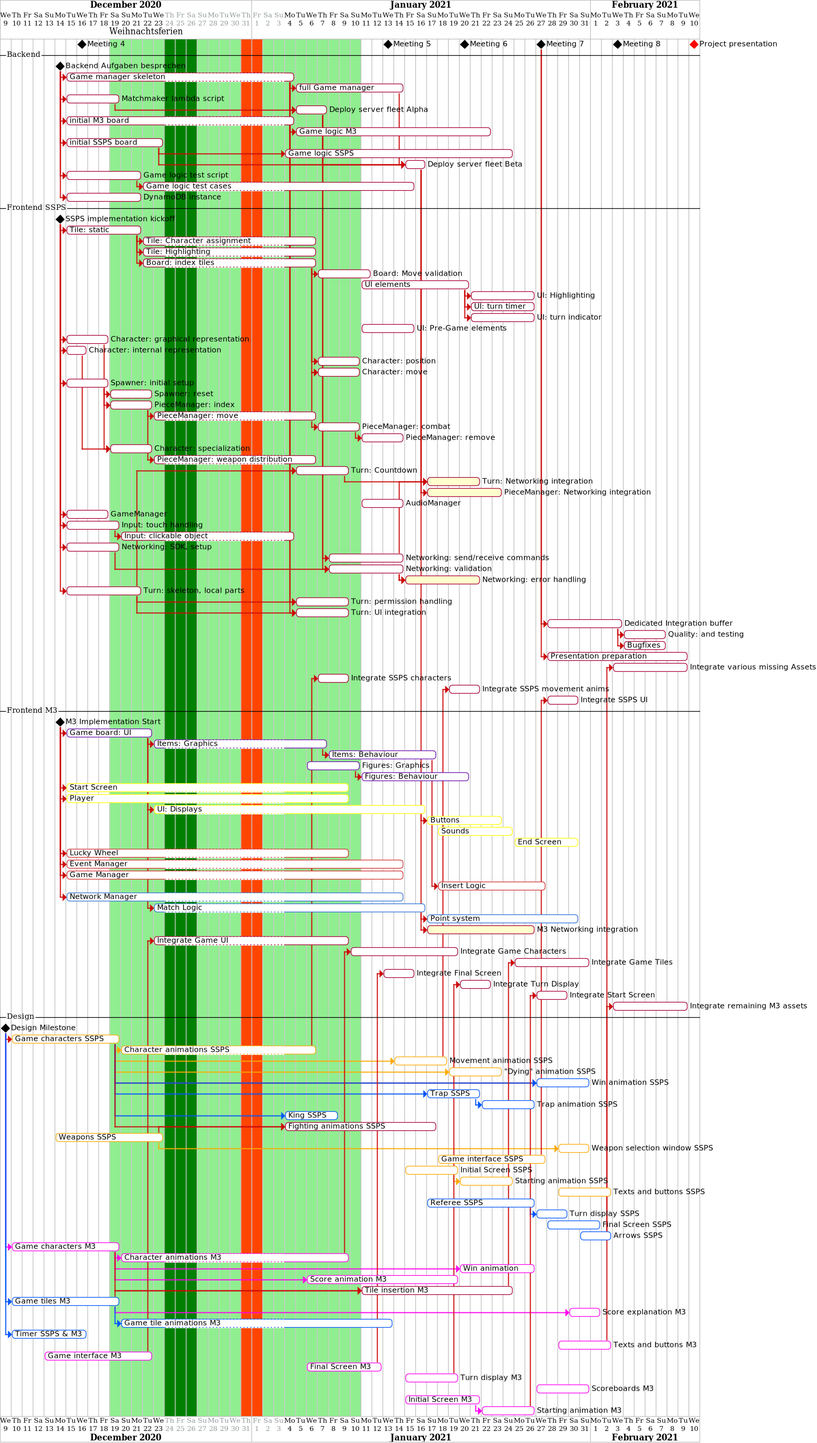
retrober44/PSE keeps this PlantUML diagram as docs/project-roadmap-gantt-diagram.png. Above is the earlier version. The source it was exported from:
```plantuml
@startuml
Project starts 2020-12-09
2020-12-24 to 2021-01-03 are closed
2020-12-19 to 2021-01-10 are named [Weihnachtsferien] and are colored in lightgreen
2020-12-24 to 2020-12-26 are colored in green
2020-12-31 to 2021-01-01 are colored in OrangeRed
[Meeting 4] happens at 2020-12-16
[Meeting 5] happens at 2021-01-13 and displays on same row as [Meeting 4]
[Meeting 6] happens at 2021-01-20 and displays on same row as [Meeting 5]
[Meeting 7] happens at 2021-01-27 and displays on same row as [Meeting 6]
[Meeting 8] happens at 2021-02-03 and displays on same row as [Meeting 7]
[Project presentation] happens at 2021-02-10 and is colored in red
[Meeting 4] displays on same row as [Project presentation]

-- Backend --
[Backend Aufgaben besprechen] as [BA] happens at 2020-12-14

then [Game manager skeleton] lasts 10 days and is 0% complete
then [full Game manager] lasts 10 days and is 0% complete
[BA] -> [Matchmaker lambda script]
[Matchmaker lambda script] lasts 5 days and is 0% complete
[Game manager skeleton] -> [Deploy server fleet Alpha]
[Matchmaker lambda script] -> [Deploy server fleet Alpha]
[Deploy server fleet Alpha] lasts 3 days and is 0% complete
[BA] -> [initial M3 board]
[initial M3 board] lasts 10 days and is 0% complete
then [Game logic M3] lasts 18 days and is 0% complete
[BA] -> [initial SSPS board]
[initial SSPS board] lasts 9 days and is 0% complete
then [Game logic SSPS] lasts 21 days and is 0% complete
[initial M3 board] -> [Deploy server fleet Beta]
[initial SSPS board] -> [Deploy server fleet Beta]
[full Game manager] -> [Deploy server fleet Beta]
[Deploy server fleet Alpha] -> [Deploy server fleet Beta]
[Deploy server fleet Beta] lasts 2 days and is 0% complete
[BA] -> [Game logic test script]
[Game logic test script] lasts 7 days and is 0% complete
then [Game logic test cases] lasts 14 days and is 0% complete
[BA] -> [DynamoDB instance]
[DynamoDB instance] starts 2020-12-15 and lasts 7 days and is 0% complete

-- Frontend SSPS --

[SSPS implementation kickoff] as [SSPS] happens at 2020-12-14


then [Tile: static] lasts 7 days and is 0% complete
then [Tile: Character assignment] lasts 5 days and is 0% complete
[Tile: Highlighting] lasts 5 days and is 0% complete
[Tile: static] -> [Tile: Highlighting]
[Board: index tiles] lasts 5 days and is 0% complete
[Tile: static] -> [Board: index tiles]
then [Board: Move validation] lasts 5 days and is 0% complete
[UI elements] starts 2021-01-11 and lasts 10 days and is 0% complete
[UI: Highlighting] lasts 6 days and is 0% complete
[UI: turn timer] lasts 6 days and is 0% complete
[UI: turn indicator] lasts 6 days and is 0% complete
[UI elements] -> [UI: Highlighting]
[UI elements] -> [UI: turn timer]
[UI elements] -> [UI: turn indicator]

[UI: Pre-Game elements] starts 2021-01-11 and lasts 5 days and is 0% complete

[SSPS] -> [Character: graphical representation]
[SSPS] -> [Character: internal representation]
[Character: graphical representation] lasts 4 days and is 0% complete
[Character: internal representation] lasts 2 days and is 0% complete
[Board: index tiles] -> [Character: position]
[Board: index tiles] -> [Character: move]

[SSPS] -> [Spawner: initial setup]
[Spawner: initial setup] lasts 4 days and is 0% complete
then [Spawner: reset] lasts 4 days and is 0% complete

[Spawner: initial setup] -> [PieceManager: index]
[PieceManager: index] lasts 4 days and is 0% complete
then [PieceManager: move] lasts 4 days and is 0% complete
then [PieceManager: combat] lasts 4 days and is 0% complete
then [PieceManager: remove] lasts 4 days and is 0% complete

[PieceManager: move] -> [Character: move]
[Character: position] lasts 4 days and is 0% complete
[Character: move] lasts 4 days and is 0% complete
[Character: internal representation] -> [Character: specialization]
[Character: graphical representation] -> [Character: specialization]
[Character: specialization] lasts 4 days and is 0% complete
[PieceManager: index] -> [PieceManager: weapon distribution]
[PieceManager: weapon distribution] lasts 4 days and is 0% complete
[Turn: Countdown] -> [Turn: Networking integration]
[PieceManager: Networking integration] starts at [Deploy server fleet Beta]'s end and lasts 7 days

[AudioManager] starts 2021-01-11 and lasts 4 days and is 0% complete

[SSPS] -> [GameManager]
[GameManager] lasts 4 days and is 0% complete

[SSPS] -> [Input: touch handling]
[Input: touch handling] lasts 5 days and is 0% complete
then [Input: clickable object] lasts 5 days and is 0% complete

[SSPS] -> [Networking: SDK, setup]

[Networking: SDK, setup] lasts 5 days and is 0% complete
[Networking: send/receive commands] starts at [Deploy server fleet Alpha]'s end and is 0% complete and lasts 7 days
[Networking: SDK, setup] -> [Networking: validation]
[Networking: validation] -> [Networking: error handling]
[Networking: validation] starts at [Deploy server fleet Alpha]'s end and is 0% complete and lasts 7 days
[Networking: error handling] starts at [Networking: validation]'s end and lasts 7 days

[Networking: send/receive commands] -> [Turn: Networking integration]


[SSPS] -> [Turn: skeleton, local parts]
[Turn: skeleton, local parts] lasts 7 days and is 0% complete

[Turn: skeleton, local parts] -> [Turn: permission handling]
[Turn: skeleton, local parts] -> [Turn: UI integration]
[Turn: skeleton, local parts] -> [Turn: Countdown]
[Game manager skeleton] -> [Turn: permission handling]
[Game manager skeleton] -> [Turn: UI integration]
[Game manager skeleton] -> [Turn: Countdown]
[Turn: Networking integration] lasts 5 days and starts at [Deploy server fleet Beta]'s end
[Turn: permission handling] lasts 5 days and is 0% complete
[Turn: UI integration] lasts 5 days and is 0% complete
[Turn: Countdown] lasts 5 days and is 0% complete

[Meeting 7] -> [Dedicated Integration buffer]
[Dedicated Integration buffer] lasts 7 days and is 0% complete
then [Quality: and testing] lasts 4 days and is 0% complete
[Dedicated Integration buffer] -> [Bugfixes]
[Bugfixes] lasts 4 days and is 0% complete

[Meeting 7] -> [Presentation preparation]
[Presentation preparation] lasts 13 days and is 0% completed

[Integrate various missing Assets] lasts 7 days and is 0% complete
[Integrate SSPS characters] lasts 3 days and is 0% complete
[Integrate SSPS movement anims] lasts 3 days and is 0% complete
[Integrate SSPS UI] lasts 3 days and is 0% complete

-- Frontend M3 --
[M3 Implementation Start] as [M3] happens at 2020-12-14

then [Game board: UI] lasts 8 days and is 0% complete
[Game board: UI] is colored in #6a0dad
[Game board: UI] -> [Items: Graphics]

[Items: Graphics] is colored in #6a0dad
[Items: Graphics] lasts 5 days and is 0% complete

then [Items: Behaviour] lasts 10 days and is 0% complete
[Items: Behaviour] is colored in #6a0dad

[Figures: Graphics] starts 2021-01-06 and lasts 5 days and is 0% complete
[Figures: Graphics] is colored in #6a0dad

then [Figures: Behaviour] lasts 10 days and is 0% complete
[Figures: Behaviour] is colored in #6a0dad

[M3] -> [Start Screen]
[Start Screen] lasts 15 days and is 0% complete
[Start Screen] is colored in #ffff00

[M3] -> [Player]
[Player] lasts 15 days and is 0% complete
[Player] is colored in #ffff00

[UI: Displays] starts at [Game board: UI]'s end and lasts 14 days and is 0% complete
[UI: Displays] is colored in #ffff00

[Buttons] starts at [UI: Displays]'s end and lasts 7 days and is 0% complete
[Buttons] is colored in #ffff00

[Sounds] starts 2021-01-18 and lasts 7 days and is 0% complete
[Sounds] is colored in #ffff00

[End Screen] starts 2021-01-25 and lasts 6 days and is 0% complete
[End Screen] is colored in #ffff00

[M3] -> [Lucky Wheel]
[Lucky Wheel] lasts 15 days and is 0% complete
[Lucky Wheel] is colored in #d32f2f

[M3] -> [Event Manager]
[Event Manager] lasts 20 days and is 0% complete
[Event Manager] is colored in #d32f2f

[M3] -> [Game Manager]
[Game Manager] lasts 20 days and is 0% complete
[Game Manager] is colored in #d32f2f

[Insert Logic] starts at [Items: Behaviour]'s end
[Insert Logic] lasts 10 days and is 0% complete
[Insert Logic] is colored in #d32f2f

[M3] -> [Network Manager]
[Network Manager] lasts 20 days and is 0% complete
[Network Manager] is colored in #2f71d3

[Match Logic] starts at [Game board: UI]'s end and lasts 14 days and is 0% complete
[Match Logic] is colored in #2f71d3

[Point system] starts at [Match Logic]'s end and lasts 14 days and is 0% complete
[Point system] is colored in #2f71d3

[M3 Networking integration] starts at [Deploy server fleet Beta]'s end and lasts 10 days
[Integrate Game UI] lasts 7 days and is 0% complete
[Integrate Game Characters] lasts 10 days and is 0% complete
[Integrate Game Tiles] lasts 7 days and is 0% complete
[Integrate Final Screen] lasts 3 days and is 0% complete
[Integrate Turn Display] lasts 3 days and is 0% complete
[Integrate Start Screen] lasts 3 days and is 0% complete
[Integrate remaining M3 assets] lasts 7 days and is 0% complete

-- Design --
[Design Milestone] as [DM] happens at 2020-12-09

then [Game characters SSPS] lasts 10 days and is 0% complete
[Game characters SSPS] is colored in #fca903
[Game characters SSPS] -[#fca903]> [Character animations SSPS]
[Character animations SSPS] is colored in #fca903
[Character animations SSPS] lasts 7 days and is 0% complete
[Game characters SSPS] -[#fca903]> [Movement animation SSPS]
[Movement animation SSPS] is colored in #fca903
[Movement animation SSPS] starts at 2021-01-14
[Movement animation SSPS] lasts 5 days and is 0% complete
[Game characters SSPS] -[#fca903]> ["Dying" animation SSPS]
["Dying" animation SSPS] is colored in #fca903
["Dying" animation SSPS] starts at 2021-01-19
["Dying" animation SSPS] lasts 5 days and is 0% complete
[Game characters SSPS] -> [Win animation SSPS]
[Game characters SSPS] -[#0356fc]> [Win animation SSPS]
[Win animation SSPS] starts at 2021-01-27
[Win animation SSPS] is colored in #0356fc
[Win animation SSPS] lasts 5 days and is 0% complete

[Game characters SSPS] -[#0356fc]> [Trap SSPS]
[Trap SSPS] is colored in #0356fc
[Trap SSPS] starts at 2021-01-17
[Trap SSPS] lasts 5 days and is 0% complete
[Trap SSPS] -[#0356fc]> [Trap animation SSPS]
[Trap animation SSPS] is colored in #0356fc
[Trap animation SSPS] lasts 5 days and is 0% complete
[Game characters SSPS] -[#0356fc]> [King SSPS]
[King SSPS] starts at 2021-01-04
[King SSPS] is colored in #0356fc
[King SSPS] lasts 5 days and is 0% complete

[Game characters SSPS] -> [Fighting animations SSPS]
[Weapons SSPS] -> [Fighting animations SSPS]
[Fighting animations SSPS] starts at 2020-12-25
[Fighting animations SSPS] lasts 14 days and is 0% complete

[Weapons SSPS] starts at 2020-12-14
[Weapons SSPS] is colored in #fca903
[Weapons SSPS] lasts 10 days and is 0% complete

[Weapons SSPS] -[#fca903]> [Weapon selection window SSPS]
[Weapon selection window SSPS] is colored in #fca903
[Weapon selection window SSPS] starts at 2021-01-29
[Weapon selection window SSPS] lasts 3 days and is 0% complete

[Game interface SSPS] starts at 2021-01-18
[Game interface SSPS] is colored in #fca903
[Game interface SSPS] lasts 10 days and is 0% complete

[Initial Screen SSPS] starts at 2021-01-15
[Initial Screen SSPS] is colored in #fca903
[Initial Screen SSPS] lasts 5 days and is 0% complete
[Initial Screen SSPS] -[#fca903]> [Starting animation SSPS]
[Starting animation SSPS] is colored in #fca903
[Starting animation SSPS] lasts 5 days and is 0% complete

[Texts and buttons SSPS] starts at 2021-01-29
[Texts and buttons SSPS] is colored in #fca903
[Texts and buttons SSPS] lasts 5 days and is 0% complete

[Referee SSPS] starts at 2021-01-17
[Referee SSPS] is colored in #0356fc
[Referee SSPS] lasts 10 days and is 0% complete
[Referee SSPS] -[#0356fc]> [Turn display SSPS]
[Turn display SSPS] lasts 3 days and is 0% complete
[Turn display SSPS] is colored in #0356fc

[Final Screen SSPS] starts at 2021-01-28
[Final Screen SSPS] is colored in #0356fc
[Final Screen SSPS] lasts 5 days and is 0% complete

[Arrows SSPS] starts at 2021-01-31
[Arrows SSPS] is colored in #0356fc
[Arrows SSPS] lasts 3 days and is 0% complete

[DM] -[#ff00ee]> [Game characters M3]
[Game characters M3] is colored in #ff00ee

[Game characters M3] lasts 10 days and is 0% complete
[Game characters M3] -[#ff00ee]> [Character animations M3]
[Character animations M3] is colored in #ff00ee
[Character animations M3] lasts 10 days and is 0% complete
[Game characters M3] -[#ff00ee]> [Win animation]
[Win animation] starts at 2021-01-20
[Win animation] is colored in #ff00ee
[Win animation] lasts 7 days and is 0% complete

[Game characters M3] -[#ff00ee]> [Score animation M3]
[Score animation M3] starts at 2021-01-06
[Score animation M3] is colored in #ff00ee
[Score animation M3] lasts 14 days and is 0% complete

[Game characters M3] -> [Tile insertion M3]
[Game tiles M3] -> [Tile insertion M3]
[Tile insertion M3] starts at 2021-01-11
[Tile insertion M3] lasts 14 days and is 0% complete

[DM] -[#0356fc]> [Game tiles M3]
[Game tiles M3] is colored in #0356fc
[Game tiles M3] lasts 10 days and is 0% complete
[Game tiles M3] -[#ff00ee]> [Score explanation M3]
[Score explanation M3] starts at 2021-01-30
[Score explanation M3] is colored in #ff00ee
[Score explanation M3] lasts 3 days and is 0% complete
[Game tiles M3] -[#0356fc]> [Game tile animations M3]
[Game tile animations M3] is colored in #0356fc
[Game tile animations M3] lasts 14 days and is 0% complete

[DM] -[#0356fc]> [Timer SSPS & M3]
[Timer SSPS & M3] is colored in #0356fc
[Timer SSPS & M3] lasts 7 days and is 0% complete

[Texts and buttons M3] starts at 2021-01-29
[Texts and buttons M3] is colored in #ff00ee
[Texts and buttons M3] lasts 5 days and is 0% complete

[Game interface M3] starts at 2020-12-13
[Game interface M3] is colored in #ff00ee
[Game interface M3] lasts 10 days and is 0% complete

[Final Screen M3] starts at 2021-01-06
[Final Screen M3] is colored in #ff00ee
[Final Screen M3] lasts 7 days and is 0% complete

[Turn display M3] starts at 2021-01-15
[Turn display M3] is colored in #ff00ee
[Turn display M3] lasts 5 days and is 0% complete

[Scoreboards M3] starts at 2021-01-27
[Scoreboards M3] is colored in #ff00ee
[Scoreboards M3] lasts 5 days and is 0% complete

[Initial Screen M3] starts at 2021-01-15
[Initial Screen M3] is colored in #ff00ee
[Initial Screen M3] lasts 7 days and is 0% complete
[Initial Screen M3] -[#ff00ee]> [Starting animation M3]
[Starting animation M3] is colored in #ff00ee
[Starting animation M3] lasts 5 days and is 0% complete


[Arrows SSPS] -> [Integrate various missing Assets]
[Character animations SSPS] -> [Integrate SSPS characters]
[Movement animation SSPS] -> [Integrate SSPS movement anims]
[Game interface SSPS] -> [Integrate SSPS UI]

[Game interface M3] -> [Integrate Game UI]
[Character animations M3] -> [Integrate Game Characters]
[Final Screen M3] -> [Integrate Final Screen]
[Turn display M3] -> [Integrate Turn Display]
[Starting animation M3] -> [Integrate Start Screen]
[Tile insertion M3] -> [Integrate Game Tiles]
[Texts and buttons M3] -> [Integrate remaining M3 assets]
@enduml
```
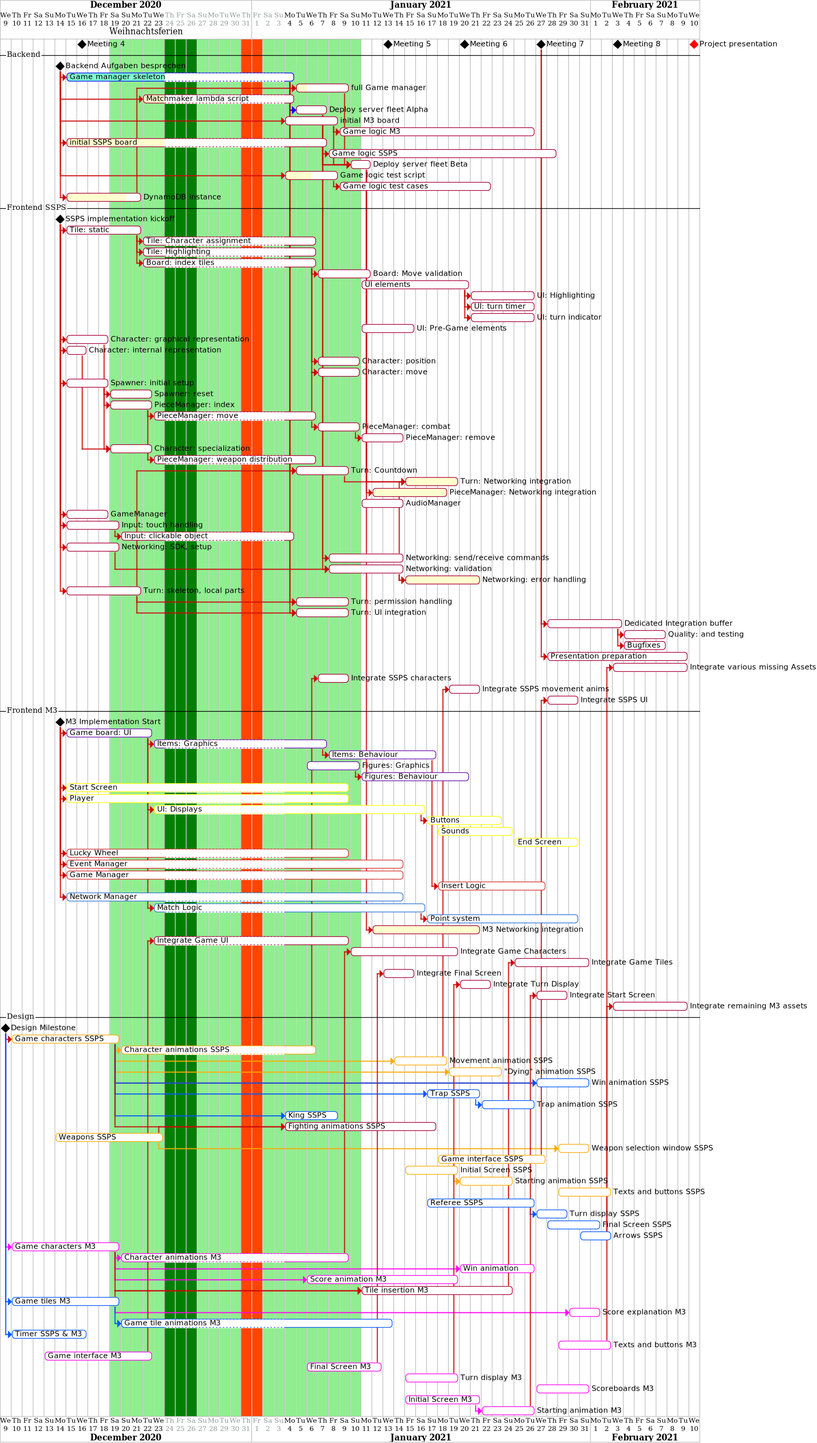
The same file after the commit.

Commit message:
Updates project Gantt diagram.

What changed in the source:
```diff
@@ -15,29 +15,30 @@
 -- Backend --
 [Backend Aufgaben besprechen] as [BA] happens at 2020-12-14
 
-then [Game manager skeleton] lasts 10 days and is 0% complete
-then [full Game manager] lasts 10 days and is 0% complete
-[BA] -> [Matchmaker lambda script]
-[Matchmaker lambda script] lasts 5 days and is 0% complete
-[Game manager skeleton] -> [Deploy server fleet Alpha]
-[Matchmaker lambda script] -> [Deploy server fleet Alpha]
+then [Game manager skeleton] is colored in aquamarine/blue and lasts 10 days and is 90% complete
+then [full Game manager] lasts 5 days and is 20% complete
+[Matchmaker lambda script] starts 7 days after [BA]'s end
+[Matchmaker lambda script] lasts 3 days and is 90% complete
+[Game manager skeleton] -[#0000FF]-> [Deploy server fleet Alpha]
+[Matchmaker lambda script] -[#0000FF]-> [Deploy server fleet Alpha]
 [Deploy server fleet Alpha] lasts 3 days and is 0% complete
-[BA] -> [initial M3 board]
-[initial M3 board] lasts 10 days and is 0% complete
+[initial M3 board] starts 10 days after [BA]'s end
+[initial M3 board] lasts 5 days and is 0% complete
 then [Game logic M3] lasts 18 days and is 0% complete
 [BA] -> [initial SSPS board]
-[initial SSPS board] lasts 9 days and is 0% complete
+[initial SSPS board] lasts 13 days and is 80% complete
 then [Game logic SSPS] lasts 21 days and is 0% complete
 [initial M3 board] -> [Deploy server fleet Beta]
 [initial SSPS board] -> [Deploy server fleet Beta]
 [full Game manager] -> [Deploy server fleet Beta]
 [Deploy server fleet Alpha] -> [Deploy server fleet Beta]
 [Deploy server fleet Beta] lasts 2 days and is 0% complete
-[BA] -> [Game logic test script]
-[Game logic test script] lasts 7 days and is 0% complete
+[Game logic test script] starts 9 days after [BA]'s end
+[Game logic test script] lasts 5 days and is 50% complete
 then [Game logic test cases] lasts 14 days and is 0% complete
 [BA] -> [DynamoDB instance]
-[DynamoDB instance] starts 2020-12-15 and lasts 7 days and is 0% complete
+[DynamoDB instance] starts 2020-12-15 and lasts 7 days and is 80% complete
+[DynamoDB instance] -> [full Game manager]
 
 -- Frontend SSPS --
 
```
